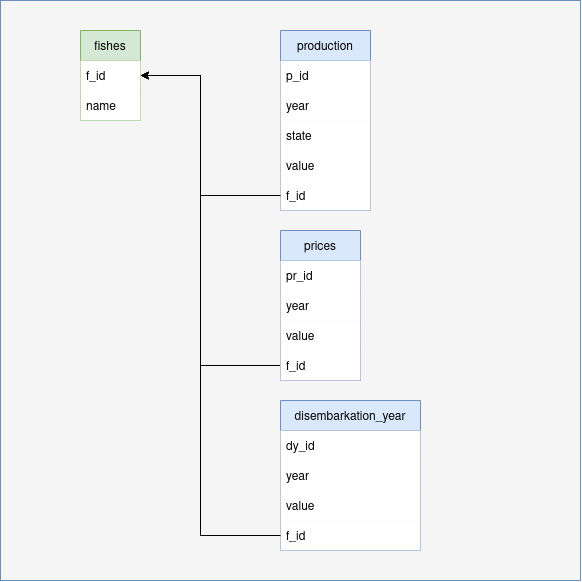
Before: SQL_info.drawio.png, a diagram exported from draw.io (CrisLeaf/fish_analysis). Source tidied: cells renumbered, new cells last; positions are measured from the earlier drawing's top-left corner, leaving out a move shared by most shapes.
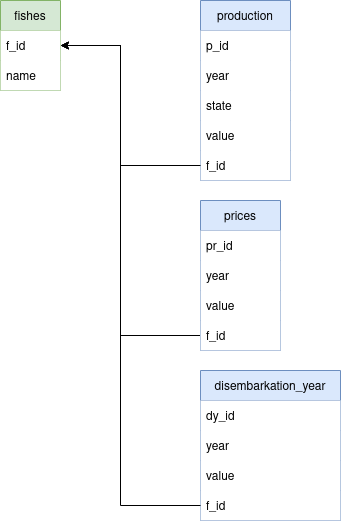
The same file after the commit.

What changed in the source:
```diff
@@ -2,9 +2,6 @@
   <root>
     <mxCell id="0" />
     <mxCell id="1" parent="0" />
-    <mxCell id="2" style="whiteSpace=wrap;html=1;fillColor=#F5F5F5;strokeColor=#6c8ebf;" parent="1" vertex="1">
-      <mxGeometry width="580" height="580" as="geometry" />
-    </mxCell>
     <mxCell id="3" value="fishes" style="swimlane;fontStyle=0;horizontal=1;startSize=30;swimlaneFillColor=none;fillColor=#d5e8d4;strokeColor=#82b366;" parent="1" vertex="1">
       <mxGeometry x="80" y="30" width="60" height="90" as="geometry" />
     </mxCell>
```
